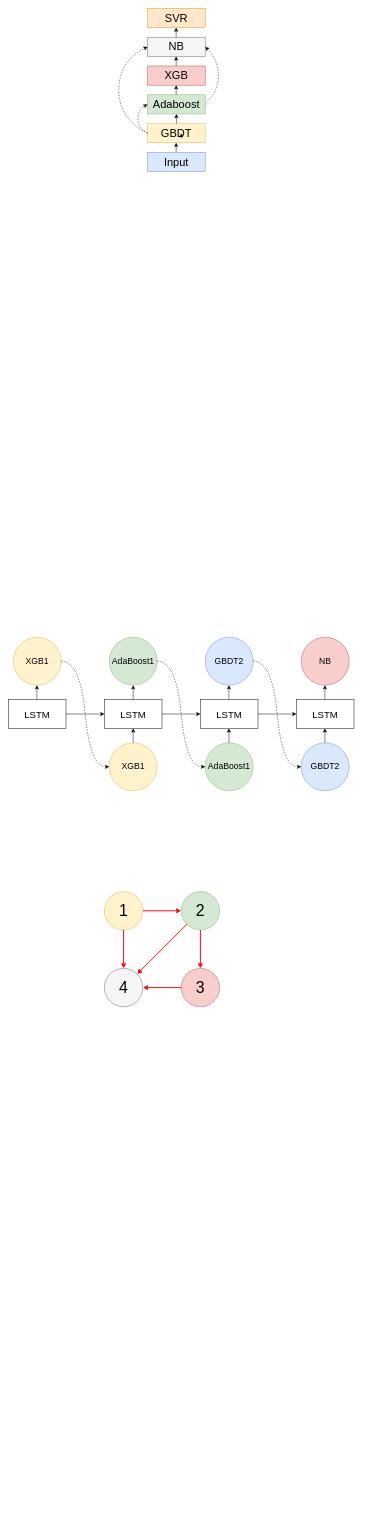
The draw.io diagram Untitled Diagram.drawio in guoriyue/picture, before the edit. Source tidied: cells renumbered, new cells numbered last; positions are measured from the earlier drawing's top-left corner, leaving out a move shared by most shapes. Both pictures are drawn from the tidied source at 48%, with x=0, y=0 at pixel (8, 8).
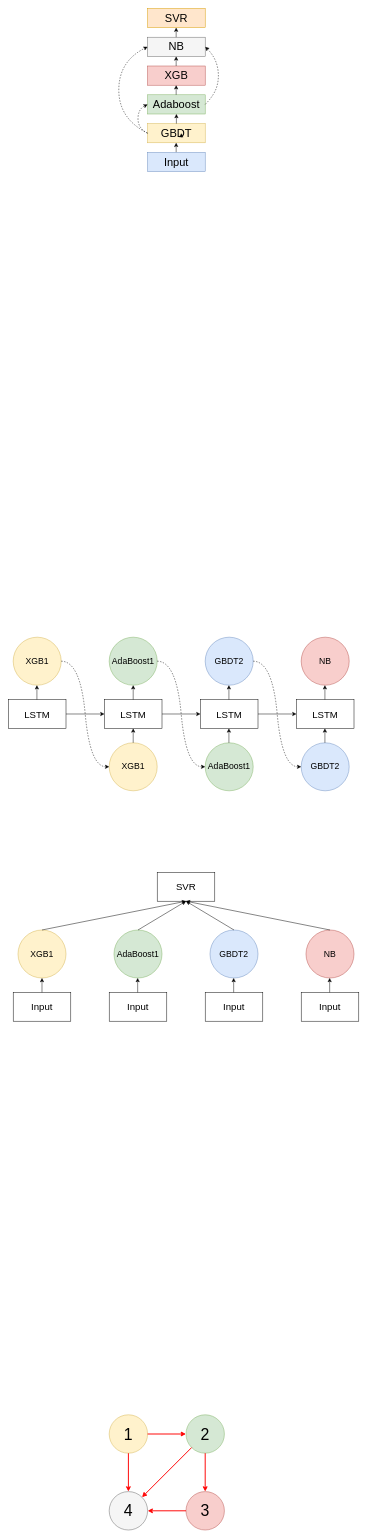
The same page after the edit.

Diff of the diagram source:
```diff
@@
     <mxCell id="22" style="ellipse;whiteSpace=wrap;html=1;fillColor=#fff2cc;strokeColor=#d6b656;" parent="1" vertex="1">
-      <mxGeometry x="200" y="1840" width="80" height="80" as="geometry" />
+      <mxGeometry x="210" y="2930" width="80" height="80" as="geometry" />
     </mxCell>
     <mxCell id="23" style="ellipse;whiteSpace=wrap;html=1;fillColor=#d5e8d4;strokeColor=#82b366;" parent="1" vertex="1">
-      <mxGeometry x="360" y="1840" width="80" height="80" as="geometry" />
+      <mxGeometry x="370" y="2930" width="80" height="80" as="geometry" />
     </mxCell>
     <mxCell id="24" style="ellipse;whiteSpace=wrap;html=1;fillColor=#f8cecc;strokeColor=#b85450;" parent="1" vertex="1">
-      <mxGeometry x="360" y="2000" width="80" height="80" as="geometry" />
+      <mxGeometry x="370" y="3090" width="80" height="80" as="geometry" />
     </mxCell>
     <mxCell id="25" style="ellipse;whiteSpace=wrap;html=1;fillColor=#f5f5f5;strokeColor=#666666;fontColor=#333333;" parent="1" vertex="1">
-      <mxGeometry x="200" y="2000" width="80" height="80" as="geometry" />
+      <mxGeometry x="210" y="3090" width="80" height="80" as="geometry" />
     </mxCell>
@@
     <mxCell id="31" value="&lt;font style=&quot;font-size: 33px&quot;&gt;1&lt;/font&gt;" style="text;html=1;strokeColor=none;fillColor=none;align=center;verticalAlign=middle;whiteSpace=wrap;rounded=0;" parent="1" vertex="1">
-      <mxGeometry x="220" y="1870" width="40" height="20" as="geometry" />
+      <mxGeometry x="230" y="2960" width="40" height="20" as="geometry" />
     </mxCell>
     <mxCell id="32" value="&lt;font style=&quot;font-size: 33px&quot;&gt;4&lt;/font&gt;" style="text;html=1;strokeColor=none;fillColor=none;align=center;verticalAlign=middle;whiteSpace=wrap;rounded=0;" parent="1" vertex="1">
-      <mxGeometry x="220" y="2030" width="40" height="20" as="geometry" />
+      <mxGeometry x="230" y="3120" width="40" height="20" as="geometry" />
     </mxCell>
     <mxCell id="33" value="&lt;font style=&quot;font-size: 33px&quot;&gt;3&lt;/font&gt;" style="text;html=1;strokeColor=none;fillColor=none;align=center;verticalAlign=middle;whiteSpace=wrap;rounded=0;" parent="1" vertex="1">
-      <mxGeometry x="380" y="2030" width="40" height="20" as="geometry" />
+      <mxGeometry x="390" y="3120" width="40" height="20" as="geometry" />
     </mxCell>
     <mxCell id="34" value="&lt;font style=&quot;font-size: 33px&quot;&gt;2&lt;/font&gt;" style="text;html=1;strokeColor=none;fillColor=none;align=center;verticalAlign=middle;whiteSpace=wrap;rounded=0;" parent="1" vertex="1">
-      <mxGeometry x="380" y="1870" width="40" height="20" as="geometry" />
+      <mxGeometry x="390" y="2960" width="40" height="20" as="geometry" />
     </mxCell>
@@
+    <mxCell id="71" style="ellipse;whiteSpace=wrap;html=1;fillColor=#fff2cc;strokeColor=#d6b656;" parent="1" vertex="1">
+      <mxGeometry x="20" y="1920" width="100" height="100" as="geometry" />
+    </mxCell>
+    <mxCell id="72" style="ellipse;whiteSpace=wrap;html=1;fillColor=#d5e8d4;strokeColor=#82b366;" parent="1" vertex="1">
+      <mxGeometry x="220" y="1920" width="100" height="100" as="geometry" />
+    </mxCell>
+    <mxCell id="73" style="ellipse;whiteSpace=wrap;html=1;fillColor=#dae8fc;strokeColor=#6c8ebf;" parent="1" vertex="1">
+      <mxGeometry x="420" y="1920" width="100" height="100" as="geometry" />
+    </mxCell>
+    <mxCell id="74" style="ellipse;whiteSpace=wrap;html=1;fillColor=#f8cecc;strokeColor=#b85450;" parent="1" vertex="1">
+      <mxGeometry x="620" y="1920" width="100" height="100" as="geometry" />
+    </mxCell>
+    <mxCell id="75" value="&lt;font style=&quot;font-size: 18px&quot;&gt;XGB1&lt;/font&gt;" style="text;html=1;strokeColor=none;fillColor=none;align=center;verticalAlign=middle;whiteSpace=wrap;rounded=0;" parent="1" vertex="1">
+      <mxGeometry x="50" y="1960" width="40" height="20" as="geometry" />
+    </mxCell>
+    <mxCell id="76" value="&lt;font style=&quot;font-size: 18px&quot;&gt;AdaBoost1&lt;/font&gt;" style="text;html=1;strokeColor=none;fillColor=none;align=center;verticalAlign=middle;whiteSpace=wrap;rounded=0;" parent="1" vertex="1">
+      <mxGeometry x="250" y="1960" width="40" height="20" as="geometry" />
+    </mxCell>
+    <mxCell id="77" value="&lt;font style=&quot;font-size: 18px&quot;&gt;GBDT2&lt;/font&gt;" style="text;html=1;strokeColor=none;fillColor=none;align=center;verticalAlign=middle;whiteSpace=wrap;rounded=0;" parent="1" vertex="1">
+      <mxGeometry x="450" y="1960" width="40" height="20" as="geometry" />
+    </mxCell>
+    <mxCell id="78" value="&lt;font style=&quot;font-size: 18px&quot;&gt;NB&lt;/font&gt;" style="text;html=1;strokeColor=none;fillColor=none;align=center;verticalAlign=middle;whiteSpace=wrap;rounded=0;" parent="1" vertex="1">
+      <mxGeometry x="650" y="1960" width="40" height="20" as="geometry" />
+    </mxCell>
+    <mxCell id="79" style="rounded=0;whiteSpace=wrap;html=1;shadow=0;glass=0;sketch=0;gradientColor=none;" parent="1" vertex="1">
+      <mxGeometry x="310" y="1800" width="120" height="60" as="geometry" />
+    </mxCell>
+    <mxCell id="80" style="rounded=0;whiteSpace=wrap;html=1;shadow=0;glass=0;sketch=0;gradientColor=none;" parent="1" vertex="1">
+      <mxGeometry x="10" y="2050" width="120" height="60" as="geometry" />
+    </mxCell>
+    <mxCell id="81" style="endArrow=classic;html=1;exitX=0.5;exitY=0;exitDx=0;exitDy=0;entryX=0.5;entryY=1;entryDx=0;entryDy=0;" parent="1" edge="1" source="71" target="79">
+      <mxGeometry relative="1" as="geometry" />
+    </mxCell>
+    <mxCell id="82" style="endArrow=classic;html=1;exitX=0.5;exitY=0;exitDx=0;exitDy=0;" parent="1" edge="1" source="72">
+      <mxGeometry relative="1" as="geometry">
+        <mxPoint x="370" y="1860" as="targetPoint" />
+      </mxGeometry>
+    </mxCell>
+    <mxCell id="83" style="endArrow=classic;html=1;exitX=0.5;exitY=0;exitDx=0;exitDy=0;entryX=0.5;entryY=1;entryDx=0;entryDy=0;" parent="1" edge="1" source="73" target="79">
+      <mxGeometry relative="1" as="geometry" />
+    </mxCell>
+    <mxCell id="84" style="endArrow=classic;html=1;exitX=0.5;exitY=0;exitDx=0;exitDy=0;entryX=0.5;entryY=1;entryDx=0;entryDy=0;" parent="1" edge="1" source="74" target="79">
+      <mxGeometry relative="1" as="geometry" />
+    </mxCell>
+    <mxCell id="85" value="&lt;font style=&quot;font-size: 20px&quot;&gt;SVR&lt;/font&gt;" style="text;html=1;strokeColor=none;fillColor=none;align=center;verticalAlign=middle;whiteSpace=wrap;rounded=0;" parent="1" vertex="1">
+      <mxGeometry x="350" y="1820" width="40" height="20" as="geometry" />
+    </mxCell>
+    <mxCell id="86" style="rounded=0;whiteSpace=wrap;html=1;shadow=0;glass=0;sketch=0;gradientColor=none;" parent="1" vertex="1">
+      <mxGeometry x="210" y="2050" width="120" height="60" as="geometry" />
+    </mxCell>
+    <mxCell id="87" style="rounded=0;whiteSpace=wrap;html=1;shadow=0;glass=0;sketch=0;gradientColor=none;" parent="1" vertex="1">
+      <mxGeometry x="410" y="2050" width="120" height="60" as="geometry" />
+    </mxCell>
+    <mxCell id="88" style="rounded=0;whiteSpace=wrap;html=1;shadow=0;glass=0;sketch=0;gradientColor=none;" parent="1" vertex="1">
+      <mxGeometry x="610" y="2050" width="120" height="60" as="geometry" />
+    </mxCell>
+    <mxCell id="89" value="&lt;font style=&quot;font-size: 20px&quot;&gt;Input&lt;/font&gt;" style="text;html=1;strokeColor=none;fillColor=none;align=center;verticalAlign=middle;whiteSpace=wrap;rounded=0;" parent="1" vertex="1">
+      <mxGeometry x="50" y="2070" width="40" height="20" as="geometry" />
+    </mxCell>
+    <mxCell id="90" value="&lt;font style=&quot;font-size: 20px&quot;&gt;Input&lt;/font&gt;" style="text;html=1;strokeColor=none;fillColor=none;align=center;verticalAlign=middle;whiteSpace=wrap;rounded=0;" parent="1" vertex="1">
+      <mxGeometry x="250" y="2070" width="40" height="20" as="geometry" />
+    </mxCell>
+    <mxCell id="91" value="&lt;font style=&quot;font-size: 20px&quot;&gt;Input&lt;/font&gt;" style="text;html=1;strokeColor=none;fillColor=none;align=center;verticalAlign=middle;whiteSpace=wrap;rounded=0;" parent="1" vertex="1">
+      <mxGeometry x="450" y="2070" width="40" height="20" as="geometry" />
+    </mxCell>
+    <mxCell id="92" value="&lt;font style=&quot;font-size: 20px&quot;&gt;Input&lt;/font&gt;" style="text;html=1;strokeColor=none;fillColor=none;align=center;verticalAlign=middle;whiteSpace=wrap;rounded=0;" parent="1" vertex="1">
+      <mxGeometry x="650" y="2070" width="40" height="20" as="geometry" />
+    </mxCell>
+    <mxCell id="93" style="endArrow=classic;html=1;exitX=0.5;exitY=0;exitDx=0;exitDy=0;entryX=0.5;entryY=1;entryDx=0;entryDy=0;" parent="1" edge="1" source="80" target="71">
+      <mxGeometry relative="1" as="geometry" />
+    </mxCell>
+    <mxCell id="94" style="endArrow=classic;html=1;exitX=0.5;exitY=0;exitDx=0;exitDy=0;entryX=0.5;entryY=1;entryDx=0;entryDy=0;" parent="1" edge="1">
+      <mxGeometry relative="1" as="geometry">
+        <mxPoint x="269.3" y="2050" as="sourcePoint" />
+        <mxPoint x="269.3" y="2020" as="targetPoint" />
+      </mxGeometry>
+    </mxCell>
+    <mxCell id="95" style="endArrow=classic;html=1;exitX=0.5;exitY=0;exitDx=0;exitDy=0;entryX=0.5;entryY=1;entryDx=0;entryDy=0;" parent="1" edge="1">
+      <mxGeometry relative="1" as="geometry">
+        <mxPoint x="469.3" y="2050" as="sourcePoint" />
+        <mxPoint x="469.3" y="2020" as="targetPoint" />
+      </mxGeometry>
+    </mxCell>
+    <mxCell id="96" style="endArrow=classic;html=1;exitX=0.5;exitY=0;exitDx=0;exitDy=0;entryX=0.5;entryY=1;entryDx=0;entryDy=0;" parent="1" edge="1">
+      <mxGeometry relative="1" as="geometry">
+        <mxPoint x="669.3" y="2050" as="sourcePoint" />
+        <mxPoint x="669.3" y="2020" as="targetPoint" />
+      </mxGeometry>
+    </mxCell>
```
